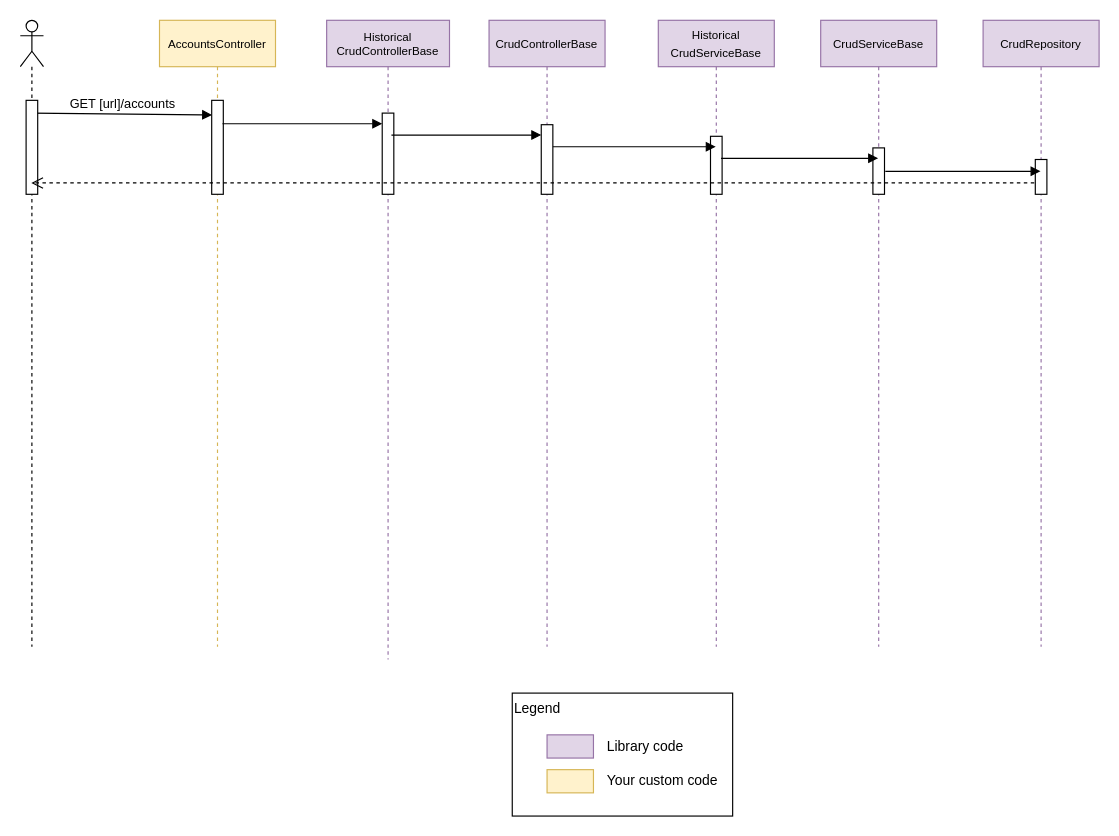
Earlier version of the draw.io diagram page "Historical CRUD" (2 of 2) of docs/CustomLayers/sequence.drawio (lonesomegeek/LSG.GenericCrud). Source tidied: cells renumbered, new cells numbered last; positions are measured from the earlier drawing's top-left corner, leaving out a move shared by most shapes. Both pictures are drawn from the tidied source at 116%, with x=0, y=0 at pixel (20, 20).
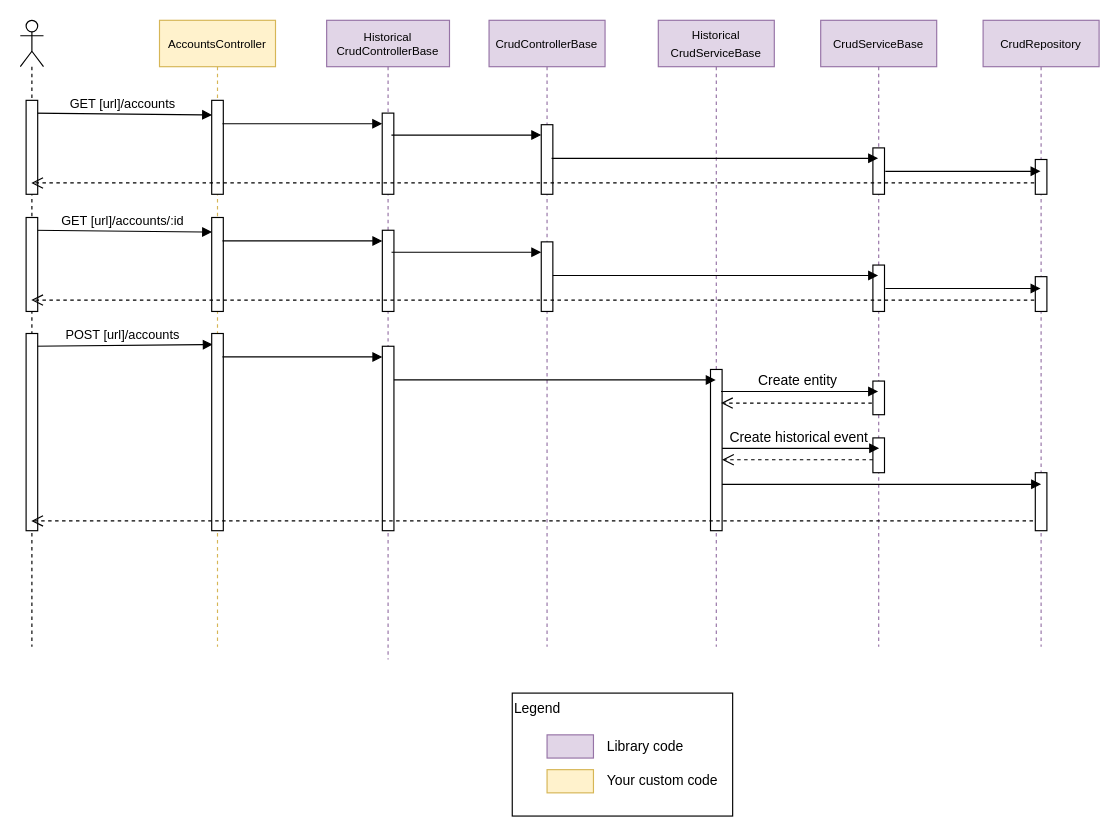
Above is the later version.

The change refers to these unchanged cells:
```xml
<mxCell id="2" style="shape=umlLifeline;participant=umlActor;perimeter=lifelinePerimeter;whiteSpace=wrap;html=1;verticalAlign=top;spacingTop=36;labelBackgroundColor=#ffffff;outlineConnect=0;" parent="1" vertex="1">
  <mxGeometry width="20" height="540" as="geometry" />
</mxCell>
```

Diff of the diagram source:
```diff
@@
+    <mxCell id="13" value="&lt;font style=&quot;font-size: 10px&quot;&gt;CrudRepository&lt;/font&gt;" style="shape=umlLifeline;perimeter=lifelinePerimeter;whiteSpace=wrap;html=1;fillColor=#e1d5e7;strokeColor=#9673a6;" parent="1" vertex="1">
+      <mxGeometry x="830" width="100" height="540" as="geometry" />
+    </mxCell>
+    <mxCell id="14" style="html=1;perimeter=orthogonalPerimeter;" parent="13" vertex="1">
+      <mxGeometry x="45" y="120" width="10" height="30" as="geometry" />
+    </mxCell>
+    <mxCell id="11" value="&lt;font style=&quot;font-size: 10px&quot;&gt;CrudServiceBase&lt;/font&gt;" style="shape=umlLifeline;perimeter=lifelinePerimeter;whiteSpace=wrap;html=1;fillColor=#e1d5e7;strokeColor=#9673a6;" parent="1" vertex="1">
+      <mxGeometry x="690" width="100" height="540" as="geometry" />
+    </mxCell>
+    <mxCell id="12" style="html=1;perimeter=orthogonalPerimeter;" parent="11" vertex="1">
+      <mxGeometry x="45" y="110" width="10" height="40" as="geometry" />
+    </mxCell>
+    <mxCell id="28" style="html=1;perimeter=orthogonalPerimeter;" parent="11" vertex="1">
+      <mxGeometry x="45" y="360" width="10" height="30" as="geometry" />
+    </mxCell>
+    <mxCell id="9" value="&lt;font style=&quot;font-size: 10px&quot;&gt;Historical&lt;br&gt;CrudServiceBase&lt;/font&gt;" style="shape=umlLifeline;perimeter=lifelinePerimeter;whiteSpace=wrap;html=1;outlineConnect=0;fillColor=#e1d5e7;strokeColor=#9673a6;" parent="1" vertex="1">
+      <mxGeometry x="550" width="100" height="540" as="geometry" />
+    </mxCell>
+    <mxCell id="7" value="&lt;font style=&quot;font-size: 10px;&quot;&gt;CrudControllerBase&lt;/font&gt;" style="shape=umlLifeline;perimeter=lifelinePerimeter;whiteSpace=wrap;html=1;fillColor=#e1d5e7;strokeColor=#9673a6;fontSize=10;" parent="1" vertex="1">
+      <mxGeometry x="404.1" width="100" height="540" as="geometry" />
+    </mxCell>
+    <mxCell id="8" style="html=1;points=[];perimeter=orthogonalPerimeter;" parent="7" vertex="1">
+      <mxGeometry x="45" y="90" width="10" height="60" as="geometry" />
+    </mxCell>
+    <mxCell id="5" value="&lt;font style=&quot;font-size: 10px;&quot;&gt;Historical&lt;br style=&quot;font-size: 10px;&quot;&gt;CrudControllerBase&lt;/font&gt;" style="shape=umlLifeline;perimeter=lifelinePerimeter;whiteSpace=wrap;html=1;fillColor=#e1d5e7;strokeColor=#9673a6;fontSize=10;size=40;" parent="1" vertex="1">
+      <mxGeometry x="264.1" width="105.9" height="551" as="geometry" />
+    </mxCell>
+    <mxCell id="6" style="html=1;points=[];perimeter=orthogonalPerimeter;" parent="5" vertex="1">
+      <mxGeometry x="47.9" y="80" width="10" height="70" as="geometry" />
+    </mxCell>
+    <mxCell id="15" value="&lt;font style=&quot;font-size: 10px&quot;&gt;AccountsController&lt;/font&gt;" style="shape=umlLifeline;perimeter=lifelinePerimeter;whiteSpace=wrap;html=1;fillColor=#fff2cc;strokeColor=#d6b656;" parent="1" vertex="1">
+      <mxGeometry x="120" width="100" height="540" as="geometry" />
+    </mxCell>
+    <mxCell id="16" style="html=1;points=[];perimeter=orthogonalPerimeter;" parent="15" vertex="1">
+      <mxGeometry x="45" y="69" width="10" height="81" as="geometry" />
+    </mxCell>
@@
-    <mxCell id="5" value="&lt;font style=&quot;font-size: 10px;&quot;&gt;Historical&lt;br style=&quot;font-size: 10px;&quot;&gt;CrudControllerBase&lt;/font&gt;" style="shape=umlLifeline;perimeter=lifelinePerimeter;whiteSpace=wrap;html=1;fillColor=#e1d5e7;strokeColor=#9673a6;fontSize=10;size=40;" parent="1" vertex="1">
-      <mxGeometry x="264.1" width="105.9" height="551" as="geometry" />
-    </mxCell>
-    <mxCell id="6" style="html=1;points=[];perimeter=orthogonalPerimeter;" parent="5" vertex="1">
-      <mxGeometry x="47.9" y="80" width="10" height="70" as="geometry" />
-    </mxCell>
-    <mxCell id="7" value="&lt;font style=&quot;font-size: 10px;&quot;&gt;CrudControllerBase&lt;/font&gt;" style="shape=umlLifeline;perimeter=lifelinePerimeter;whiteSpace=wrap;html=1;fillColor=#e1d5e7;strokeColor=#9673a6;fontSize=10;" parent="1" vertex="1">
-      <mxGeometry x="404.1" width="100" height="540" as="geometry" />
-    </mxCell>
-    <mxCell id="8" style="html=1;points=[];perimeter=orthogonalPerimeter;" parent="7" vertex="1">
-      <mxGeometry x="45" y="90" width="10" height="60" as="geometry" />
-    </mxCell>
-    <mxCell id="9" value="&lt;font style=&quot;font-size: 10px&quot;&gt;Historical&lt;br&gt;CrudServiceBase&lt;/font&gt;" style="shape=umlLifeline;perimeter=lifelinePerimeter;whiteSpace=wrap;html=1;outlineConnect=0;fillColor=#e1d5e7;strokeColor=#9673a6;" parent="1" vertex="1">
-      <mxGeometry x="550" width="100" height="540" as="geometry" />
-    </mxCell>
-    <mxCell id="10" style="html=1;perimeter=orthogonalPerimeter;" parent="9" vertex="1">
-      <mxGeometry x="45" y="100" width="10" height="50" as="geometry" />
-    </mxCell>
-    <mxCell id="11" value="&lt;font style=&quot;font-size: 10px&quot;&gt;CrudServiceBase&lt;/font&gt;" style="shape=umlLifeline;perimeter=lifelinePerimeter;whiteSpace=wrap;html=1;fillColor=#e1d5e7;strokeColor=#9673a6;" parent="1" vertex="1">
-      <mxGeometry x="690" width="100" height="540" as="geometry" />
-    </mxCell>
-    <mxCell id="12" style="html=1;perimeter=orthogonalPerimeter;" parent="11" vertex="1">
-      <mxGeometry x="45" y="110" width="10" height="40" as="geometry" />
-    </mxCell>
-    <mxCell id="13" value="&lt;font style=&quot;font-size: 10px&quot;&gt;CrudRepository&lt;/font&gt;" style="shape=umlLifeline;perimeter=lifelinePerimeter;whiteSpace=wrap;html=1;fillColor=#e1d5e7;strokeColor=#9673a6;" parent="1" vertex="1">
-      <mxGeometry x="830" width="100" height="540" as="geometry" />
-    </mxCell>
-    <mxCell id="14" style="html=1;perimeter=orthogonalPerimeter;" parent="13" vertex="1">
-      <mxGeometry x="45" y="120" width="10" height="30" as="geometry" />
-    </mxCell>
-    <mxCell id="15" value="&lt;font style=&quot;font-size: 10px&quot;&gt;AccountsController&lt;/font&gt;" style="shape=umlLifeline;perimeter=lifelinePerimeter;whiteSpace=wrap;html=1;fillColor=#fff2cc;strokeColor=#d6b656;" parent="1" vertex="1">
-      <mxGeometry x="120" width="100" height="540" as="geometry" />
-    </mxCell>
-    <mxCell id="16" style="html=1;points=[];perimeter=orthogonalPerimeter;" parent="15" vertex="1">
-      <mxGeometry x="45" y="69" width="10" height="81" as="geometry" />
-    </mxCell>
+    <mxCell id="29" value="GET [url]/accounts/:id" style="html=1;verticalAlign=bottom;endArrow=block;entryX=0.033;entryY=0.155;entryDx=0;entryDy=0;entryPerimeter=0;" parent="2" edge="1" target="35">
+      <mxGeometry relative="1" as="geometry">
+        <mxPoint x="10" y="181" as="sourcePoint" />
+      </mxGeometry>
+    </mxCell>
+    <mxCell id="30" style="html=1;perimeter=orthogonalPerimeter;" parent="2" vertex="1">
+      <mxGeometry x="5" y="170" width="10" height="81" as="geometry" />
+    </mxCell>
+    <mxCell id="31" style="html=1;points=[];perimeter=orthogonalPerimeter;" parent="2" vertex="1">
+      <mxGeometry x="312.1" y="181" width="10" height="70" as="geometry" />
+    </mxCell>
+    <mxCell id="32" style="html=1;points=[];perimeter=orthogonalPerimeter;" parent="2" vertex="1">
+      <mxGeometry x="449.1" y="191" width="10" height="60" as="geometry" />
+    </mxCell>
+    <mxCell id="33" style="html=1;perimeter=orthogonalPerimeter;" parent="2" vertex="1">
+      <mxGeometry x="735" y="211" width="10" height="40" as="geometry" />
+    </mxCell>
+    <mxCell id="34" style="html=1;perimeter=orthogonalPerimeter;" parent="2" vertex="1">
+      <mxGeometry x="875" y="221" width="10" height="30" as="geometry" />
+    </mxCell>
+    <mxCell id="35" style="html=1;points=[];perimeter=orthogonalPerimeter;" parent="2" vertex="1">
+      <mxGeometry x="165" y="170" width="10" height="81" as="geometry" />
+    </mxCell>
+    <mxCell id="36" style="html=1;verticalAlign=bottom;endArrow=block;exitX=0.926;exitY=0.311;exitDx=0;exitDy=0;exitPerimeter=0;" parent="2" edge="1" target="31">
+      <mxGeometry relative="1" as="geometry">
+        <mxPoint x="174.3" y="190.2" as="sourcePoint" />
+      </mxGeometry>
+    </mxCell>
+    <mxCell id="37" style="html=1;verticalAlign=bottom;endArrow=block;" parent="2" edge="1" source="32">
+      <mxGeometry relative="1" as="geometry">
+        <mxPoint x="739.5" y="220" as="targetPoint" />
+      </mxGeometry>
+    </mxCell>
+    <mxCell id="38" style="html=1;verticalAlign=bottom;endArrow=open;dashed=1;endSize=8;exitX=-0.09;exitY=0.808;exitDx=0;exitDy=0;exitPerimeter=0;" parent="2" edge="1">
+      <mxGeometry relative="1" as="geometry">
+        <mxPoint x="874.1" y="241.2" as="sourcePoint" />
+        <mxPoint x="9.5" y="241.2" as="targetPoint" />
+      </mxGeometry>
+    </mxCell>
+    <mxCell id="39" style="html=1;verticalAlign=bottom;endArrow=block;exitX=0.793;exitY=0.271;exitDx=0;exitDy=0;exitPerimeter=0;" parent="2" edge="1" source="31" target="32">
+      <mxGeometry relative="1" as="geometry" />
+    </mxCell>
+    <mxCell id="40" style="html=1;verticalAlign=bottom;endArrow=block;exitX=1.071;exitY=0.681;exitDx=0;exitDy=0;exitPerimeter=0;" parent="2" edge="1">
+      <mxGeometry relative="1" as="geometry">
+        <mxPoint x="745.7" y="231.2" as="sourcePoint" />
+        <mxPoint x="879.5" y="231.2" as="targetPoint" />
+      </mxGeometry>
+    </mxCell>
+    <mxCell id="41" value="POST [url]/accounts" style="html=1;verticalAlign=bottom;endArrow=block;entryX=0.09;entryY=0.056;entryDx=0;entryDy=0;entryPerimeter=0;" parent="2" edge="1" target="47">
+      <mxGeometry relative="1" as="geometry">
+        <mxPoint x="10" y="281" as="sourcePoint" />
+      </mxGeometry>
+    </mxCell>
+    <mxCell id="42" style="html=1;perimeter=orthogonalPerimeter;" parent="2" vertex="1">
+      <mxGeometry x="5" y="270" width="10" height="170" as="geometry" />
+    </mxCell>
+    <mxCell id="43" style="html=1;points=[];perimeter=orthogonalPerimeter;" parent="2" vertex="1">
+      <mxGeometry x="312.1" y="281" width="10" height="159" as="geometry" />
+    </mxCell>
+    <mxCell id="44" style="html=1;perimeter=orthogonalPerimeter;" parent="2" vertex="1">
+      <mxGeometry x="595" y="301" width="10" height="139" as="geometry" />
+    </mxCell>
+    <mxCell id="45" style="html=1;perimeter=orthogonalPerimeter;" parent="2" vertex="1">
+      <mxGeometry x="735" y="311" width="10" height="29" as="geometry" />
+    </mxCell>
+    <mxCell id="46" style="html=1;points=[];perimeter=orthogonalPerimeter;" parent="2" vertex="1">
+      <mxGeometry x="875" y="390" width="10" height="50" as="geometry" />
+    </mxCell>
+    <mxCell id="47" style="html=1;points=[];perimeter=orthogonalPerimeter;" parent="2" vertex="1">
+      <mxGeometry x="165" y="270" width="10" height="170" as="geometry" />
+    </mxCell>
+    <mxCell id="48" style="html=1;verticalAlign=bottom;endArrow=block;exitX=0.926;exitY=0.311;exitDx=0;exitDy=0;exitPerimeter=0;" parent="2" edge="1" target="43">
+      <mxGeometry relative="1" as="geometry">
+        <mxPoint x="174.3" y="290.2" as="sourcePoint" />
+      </mxGeometry>
+    </mxCell>
+    <mxCell id="49" style="html=1;verticalAlign=bottom;endArrow=block;" parent="2" edge="1">
+      <mxGeometry relative="1" as="geometry">
+        <mxPoint x="604.1" y="320" as="sourcePoint" />
+        <mxPoint x="739.5" y="320" as="targetPoint" />
+      </mxGeometry>
+    </mxCell>
+    <mxCell id="50" value="Create entity" style="text;html=1;align=center;verticalAlign=middle;labelBackgroundColor=#ffffff;" parent="49" vertex="1">
+      <mxGeometry x="0.61" y="1" relative="1" as="geometry">
+        <mxPoint x="-43.3" y="-8.5" as="offset" />
+      </mxGeometry>
+    </mxCell>
+    <mxCell id="51" style="html=1;verticalAlign=bottom;endArrow=open;dashed=1;endSize=8;exitX=-0.2;exitY=0.831;exitDx=0;exitDy=0;exitPerimeter=0;" parent="2" edge="1" source="46" target="2">
+      <mxGeometry relative="1" as="geometry" />
+    </mxCell>
+    <mxCell id="52" style="html=1;verticalAlign=bottom;endArrow=block;" parent="2" edge="1" source="43">
+      <mxGeometry relative="1" as="geometry">
+        <mxPoint x="599.5" y="310" as="targetPoint" />
+      </mxGeometry>
+    </mxCell>
@@
     <mxCell id="23" style="html=1;verticalAlign=bottom;endArrow=block;" parent="1" edge="1">
       <mxGeometry relative="1" as="geometry">
-        <mxPoint x="604.1" y="119" as="sourcePoint" />
+        <mxPoint x="458" y="119" as="sourcePoint" />
         <mxPoint x="739.5" y="119" as="targetPoint" />
       </mxGeometry>
     </mxCell>
@@
-    <mxCell id="26" style="html=1;verticalAlign=bottom;endArrow=block;" parent="1" edge="1" target="9">
-      <mxGeometry relative="1" as="geometry">
-        <mxPoint x="459.1" y="109" as="sourcePoint" />
-      </mxGeometry>
-    </mxCell>
@@
+    <mxCell id="53" style="html=1;verticalAlign=bottom;endArrow=block;" parent="1" edge="1">
+      <mxGeometry relative="1" as="geometry">
+        <mxPoint x="605" y="369" as="sourcePoint" />
+        <mxPoint x="740.4" y="369" as="targetPoint" />
+      </mxGeometry>
+    </mxCell>
+    <mxCell id="54" value="Create historical event" style="text;html=1;align=center;verticalAlign=middle;labelBackgroundColor=#ffffff;" parent="53" vertex="1">
+      <mxGeometry x="0.61" y="1" relative="1" as="geometry">
+        <mxPoint x="-43.3" y="-8.5" as="offset" />
+      </mxGeometry>
+    </mxCell>
+    <mxCell id="55" style="html=1;verticalAlign=bottom;endArrow=open;dashed=1;endSize=8;entryX=1;entryY=0.746;entryDx=0;entryDy=0;entryPerimeter=0;" parent="1" edge="1">
+      <mxGeometry relative="1" as="geometry">
+        <mxPoint x="735" y="378.8" as="sourcePoint" />
+        <mxPoint x="605" y="378.8" as="targetPoint" />
+      </mxGeometry>
+    </mxCell>
+    <mxCell id="56" style="html=1;verticalAlign=bottom;endArrow=open;dashed=1;endSize=8;entryX=1;entryY=0.746;entryDx=0;entryDy=0;entryPerimeter=0;" parent="1" edge="1">
+      <mxGeometry relative="1" as="geometry">
+        <mxPoint x="734.1" y="330" as="sourcePoint" />
+        <mxPoint x="604.1" y="330" as="targetPoint" />
+      </mxGeometry>
+    </mxCell>
+    <mxCell id="57" style="html=1;verticalAlign=bottom;endArrow=block;" parent="1" edge="1">
+      <mxGeometry relative="1" as="geometry">
+        <mxPoint x="605" y="400" as="sourcePoint" />
+        <mxPoint x="880" y="400" as="targetPoint" />
+      </mxGeometry>
+    </mxCell>
```
